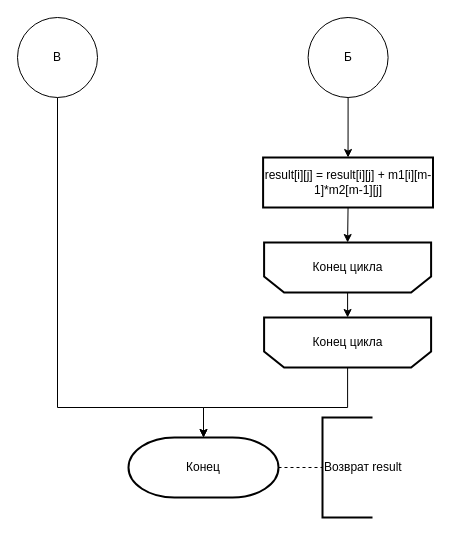
This is page "Страница 3" (3 of 3) of Лаб2/Отчет/src/vino1.drawio from seregadanser/BMSTU_AA_Labs, a draw.io file, before an edit. Source tidied: cells renumbered, new cells numbered last; positions are measured from the earlier drawing's top-left corner, leaving out a move shared by most shapes. Both pictures are drawn from the tidied source at 100%, with x=0, y=0 at pixel (17, 17).
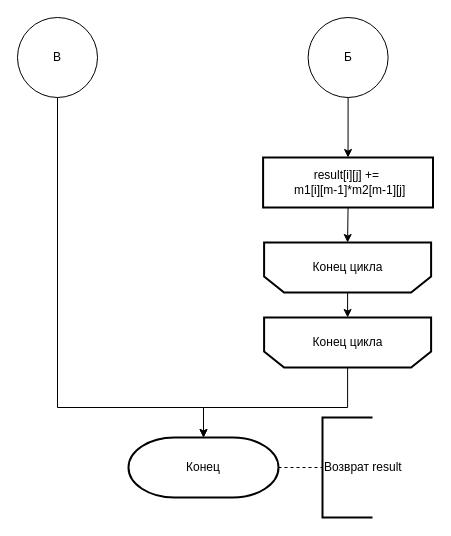
Above is the later version.

Diff of the diagram source:
```diff
@@
 <mxGraphModel>
   <root>
     <mxCell id="0" />
     <mxCell id="1" parent="0" />
     <mxCell id="2" style="edgeStyle=orthogonalEdgeStyle;rounded=0;jettySize=auto;html=1;exitX=0.5;exitY=1;exitDx=0;exitDy=0;entryX=0.5;entryY=0;entryDx=0;entryDy=0;" parent="1" edge="1" source="3" target="7">
       <mxGeometry relative="1" as="geometry" />
     </mxCell>
     <mxCell id="3" value="Б" style="ellipse;whiteSpace=wrap;html=1;" parent="1" vertex="1">
       <mxGeometry x="290.6" width="80" height="80" as="geometry" />
     </mxCell>
     <mxCell id="4" style="edgeStyle=orthogonalEdgeStyle;rounded=0;jettySize=auto;html=1;exitX=0.5;exitY=1;exitDx=0;exitDy=0;entryX=0.5;entryY=0;entryDx=0;entryDy=0;entryPerimeter=0;" parent="1" edge="1" source="5" target="13">
       <mxGeometry relative="1" as="geometry">
         <Array as="points">
           <mxPoint x="40" y="390" />
           <mxPoint x="186" y="390" />
         </Array>
       </mxGeometry>
     </mxCell>
     <mxCell id="5" value="В" style="ellipse;whiteSpace=wrap;html=1;" parent="1" vertex="1">
       <mxGeometry width="80" height="80" as="geometry" />
     </mxCell>
     <mxCell id="6" style="edgeStyle=orthogonalEdgeStyle;rounded=0;jettySize=auto;html=1;exitX=0.5;exitY=1;exitDx=0;exitDy=0;entryX=0.5;entryY=1;entryDx=0;entryDy=0;" parent="1" edge="1" source="7" target="11">
       <mxGeometry relative="1" as="geometry" />
     </mxCell>
-    <mxCell id="7" value="result[i][j] = result[i][j] + m1[i][m-1]*m2[m-1][j]" style="rounded=0;whiteSpace=wrap;html=1;absoluteArcSize=1;arcSize=14;strokeWidth=2;" parent="1" vertex="1">
+    <mxCell id="7" value="result[i][j] +=&amp;nbsp;&lt;br&gt;&amp;nbsp;m1[i][m-1]*m2[m-1][j]" style="rounded=0;whiteSpace=wrap;html=1;absoluteArcSize=1;arcSize=14;strokeWidth=2;" parent="1" vertex="1">
       <mxGeometry x="245.6" y="140" width="169.9" height="50" as="geometry" />
     </mxCell>
     <mxCell id="8" style="edgeStyle=orthogonalEdgeStyle;rounded=0;jettySize=auto;html=1;exitX=0.5;exitY=0;exitDx=0;exitDy=0;entryX=0.5;entryY=0;entryDx=0;entryDy=0;entryPerimeter=0;" parent="1" edge="1" source="9" target="13">
       <mxGeometry relative="1" as="geometry">
         <Array as="points">
           <mxPoint x="330" y="390" />
           <mxPoint x="186" y="390" />
         </Array>
       </mxGeometry>
     </mxCell>
     <mxCell id="9" value="Конец цикла" style="shape=loopLimit;whiteSpace=wrap;html=1;strokeWidth=2;direction=west;" parent="1" vertex="1">
       <mxGeometry x="246.6" y="300" width="167" height="50" as="geometry" />
     </mxCell>
     <mxCell id="10" style="edgeStyle=orthogonalEdgeStyle;rounded=0;jettySize=auto;html=1;exitX=0.5;exitY=0;exitDx=0;exitDy=0;entryX=0.5;entryY=1;entryDx=0;entryDy=0;" parent="1" edge="1" source="11" target="9">
       <mxGeometry relative="1" as="geometry" />
     </mxCell>
     <mxCell id="11" value="Конец цикла" style="shape=loopLimit;whiteSpace=wrap;html=1;strokeWidth=2;direction=west;" parent="1" vertex="1">
       <mxGeometry x="246.6" y="225" width="167" height="50" as="geometry" />
     </mxCell>
     <mxCell id="12" style="edgeStyle=orthogonalEdgeStyle;rounded=0;jettySize=auto;html=1;exitX=1;exitY=0.5;exitDx=0;exitDy=0;exitPerimeter=0;entryX=0;entryY=0.5;entryDx=0;entryDy=0;entryPerimeter=0;endArrow=none;endFill=0;dashed=1;" parent="1" edge="1" source="13" target="14">
       <mxGeometry relative="1" as="geometry" />
     </mxCell>
     <mxCell id="13" value="Конец" style="strokeWidth=2;html=1;shape=mxgraph.flowchart.terminator;whiteSpace=wrap;" parent="1" vertex="1">
       <mxGeometry x="111" y="420" width="150" height="60" as="geometry" />
     </mxCell>
     <mxCell id="14" value="Возврат result" style="strokeWidth=2;html=1;shape=mxgraph.flowchart.annotation_1;align=left;" parent="1" vertex="1">
       <mxGeometry x="305" y="400" width="50" height="100" as="geometry" />
     </mxCell>
   </root>
 </mxGraphModel>
```
